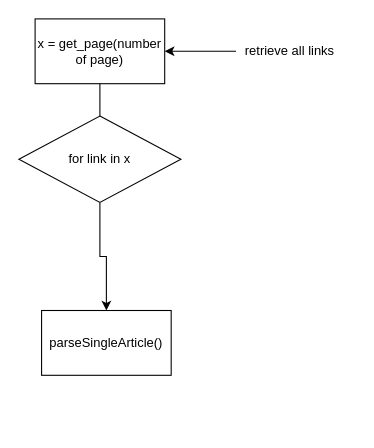
Above: Untitled Diagram.drawio in erreci/charts (draw.io), before the change. Source tidied: cells renumbered, new cells numbered last; positions are measured from the earlier drawing's top-left corner, leaving out a move shared by most shapes. Both pictures are drawn from the tidied source at 108%, with x=0, y=0 at pixel (18, 18).
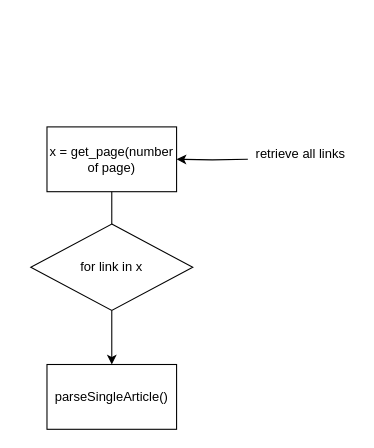
Above is the later version.

Change to the diagram source:
```diff
@@
 <mxGraphModel>
   <root>
     <mxCell id="0" />
     <mxCell id="1" parent="0" />
     <mxCell id="2" style="edgeStyle=orthogonalEdgeStyle;rounded=0;jettySize=auto;html=1;startArrow=none;" parent="1" edge="1" source="5" target="4">
       <mxGeometry relative="1" as="geometry" />
     </mxCell>
     <mxCell id="3" value="x = get_page(number of page)" style="rounded=0;whiteSpace=wrap;html=1;" parent="1" vertex="1">
-      <mxGeometry x="15" width="120" height="60" as="geometry" />
+      <mxGeometry x="26" y="100" width="120" height="60" as="geometry" />
     </mxCell>
     <mxCell id="4" value="parseSingleArticle()" style="rounded=0;whiteSpace=wrap;html=1;" parent="1" vertex="1">
-      <mxGeometry x="21" y="270" width="120" height="60" as="geometry" />
+      <mxGeometry x="26" y="320" width="120" height="60" as="geometry" />
     </mxCell>
     <mxCell id="5" value="for link in x" style="rhombus;whiteSpace=wrap;html=1;" parent="1" vertex="1">
-      <mxGeometry y="90" width="150" height="80" as="geometry" />
+      <mxGeometry x="11" y="190" width="150" height="80" as="geometry" />
     </mxCell>
     <mxCell id="6" style="edgeStyle=orthogonalEdgeStyle;rounded=0;jettySize=auto;html=1;endArrow=none;" parent="1" edge="1" source="3" target="5">
       <mxGeometry relative="1" as="geometry" />
     </mxCell>
-    <mxCell id="7" style="edgeStyle=orthogonalEdgeStyle;rounded=0;jettySize=auto;html=1;" parent="1" edge="1" source="8" target="3">
-      <mxGeometry relative="1" as="geometry" />
+    <mxCell id="7" style="edgeStyle=orthogonalEdgeStyle;rounded=0;jettySize=auto;html=1;" parent="1" edge="1" target="3">
+      <mxGeometry relative="1" as="geometry">
+        <mxPoint x="212" y="130" as="sourcePoint" />
+      </mxGeometry>
     </mxCell>
     <mxCell id="8" value="retrieve all links" style="text;html=1;strokeColor=none;fillColor=none;align=center;verticalAlign=middle;whiteSpace=wrap;rounded=0;" parent="1" vertex="1">
-      <mxGeometry x="201" y="15" width="100" height="30" as="geometry" />
+      <mxGeometry x="211" y="110" width="100" height="30" as="geometry" />
     </mxCell>
   </root>
 </mxGraphModel>
```
